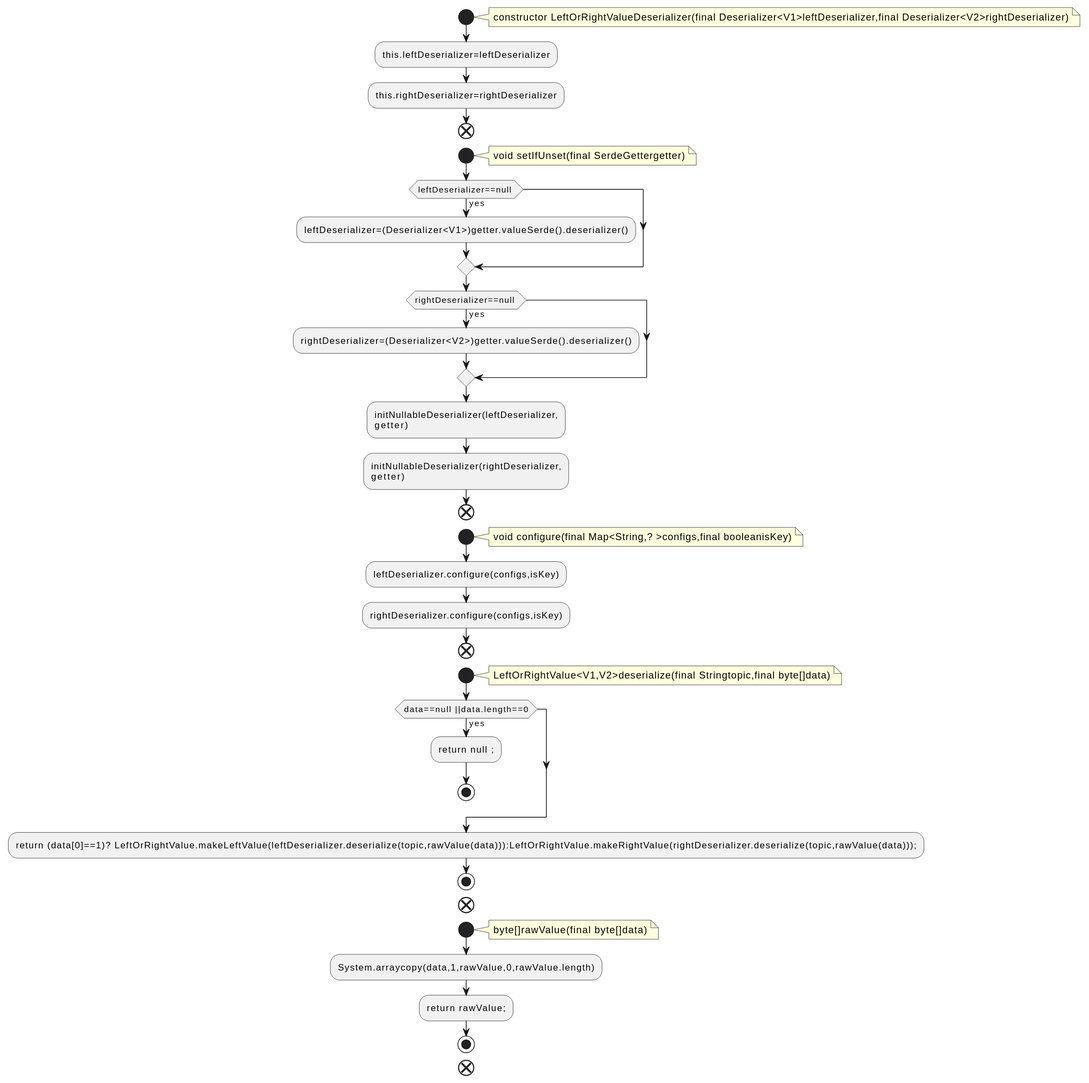
qualitesys/kafka keeps this PlantUML diagram as docs/qc/streams/src/main/java/org/apache/kafka/streams/state/internals/LeftOrRightValueDeserializer.java.fct.svg. Above is the earlier version.
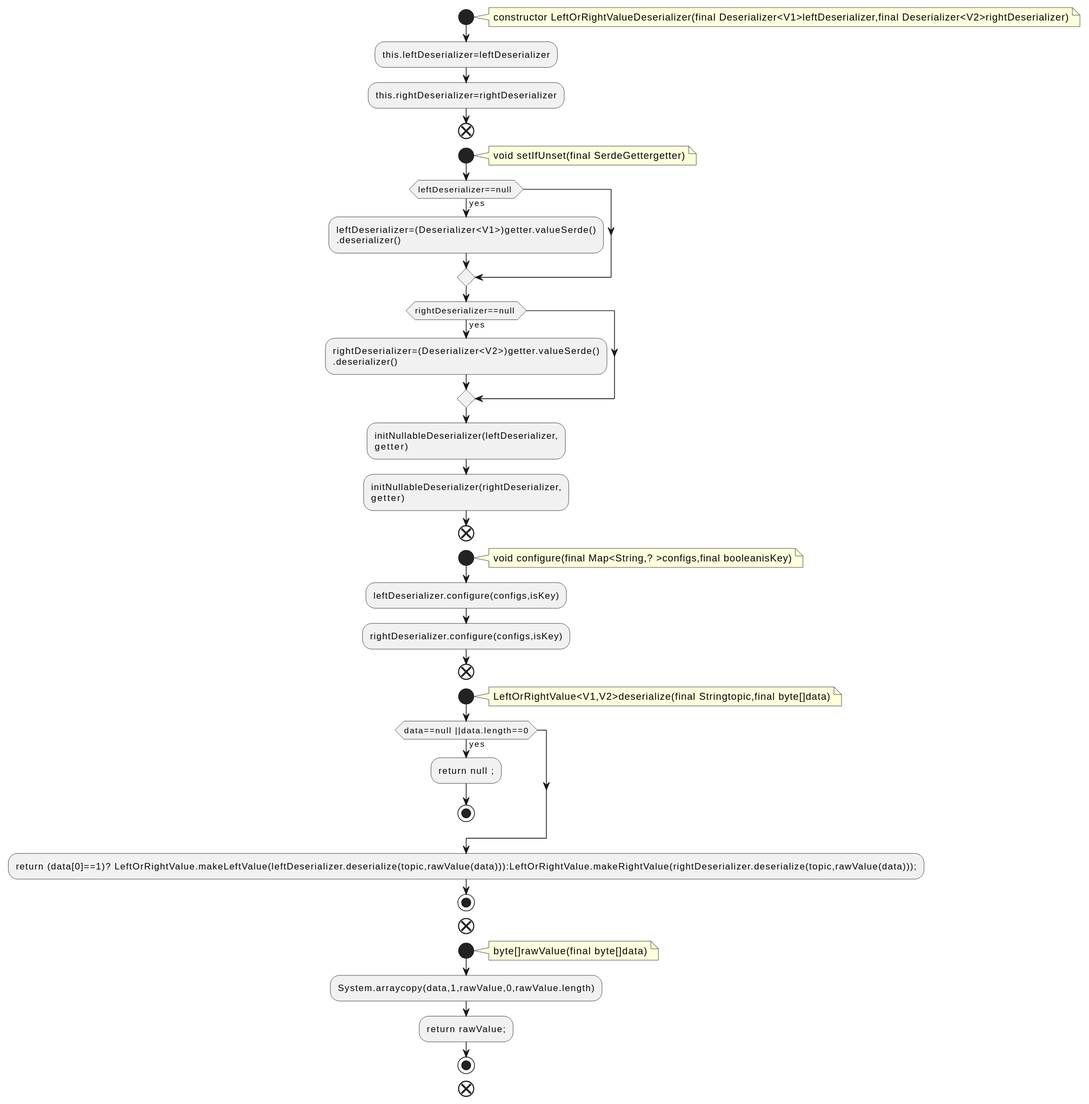
After the change.

What changed in the source:
```diff
@@ -12,10 +12,12 @@
 void setIfUnset(final SerdeGettergetter)
 end note
 if (leftDeserializer==null ) then (yes)
-:leftDeserializer=(Deserializer<V1>)getter.valueSerde().deserializer();
+:leftDeserializer=(Deserializer<V1>)getter.valueSerde()
+.deserializer();
 endif
 if (rightDeserializer==null ) then (yes)
-:rightDeserializer=(Deserializer<V2>)getter.valueSerde().deserializer();
+:rightDeserializer=(Deserializer<V2>)getter.valueSerde()
+.deserializer();
 endif
 :initNullableDeserializer(leftDeserializer,
 getter);
```
